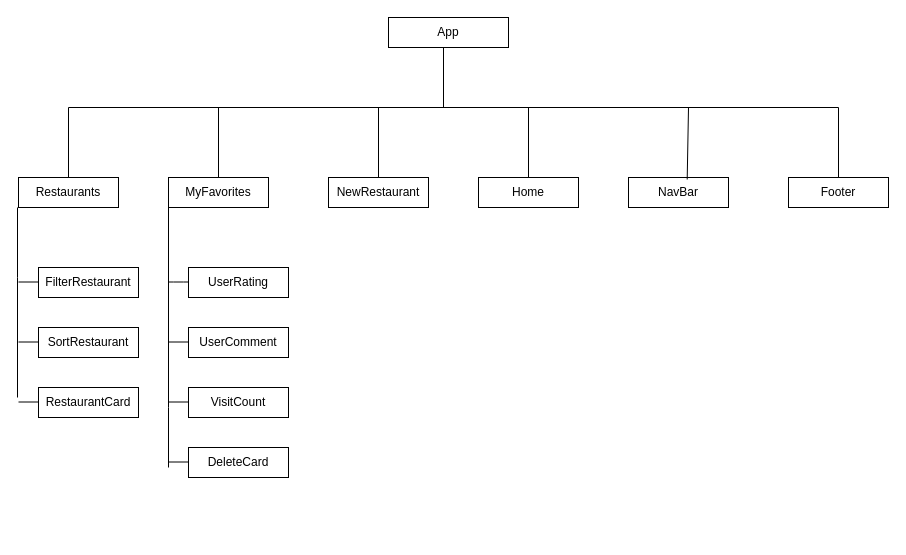
This is diagram.drawio from justcallmejay/Restaurant-Checklist, a draw.io file, before an edit. Source tidied: cells renumbered, new cells numbered last; positions are measured from the earlier drawing's top-left corner, leaving out a move shared by most shapes. Both pictures are drawn from the tidied source at 100%, with x=0, y=0 at pixel (17, 17).
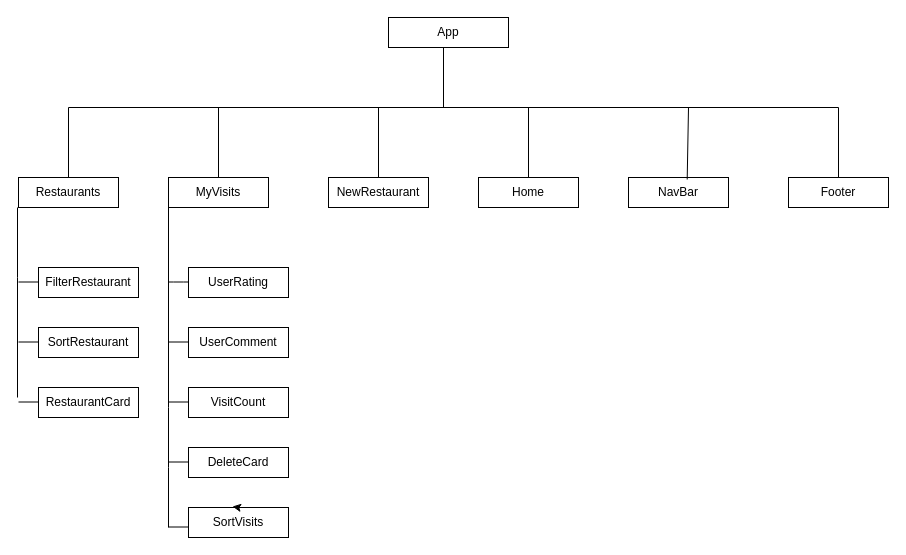
The same diagram, later.

The edit, as a diff of the source:
```diff
@@
-    <mxCell id="8" value="MyFavorites" style="rounded=0;whiteSpace=wrap;html=1;" parent="1" vertex="1">
+    <mxCell id="8" value="MyVisits" style="rounded=0;whiteSpace=wrap;html=1;" parent="1" vertex="1">
       <mxGeometry x="151" y="160" width="100" height="30" as="geometry" />
     </mxCell>
@@
+    <mxCell id="35" style="endArrow=none;html=1;" parent="1" edge="1">
+      <mxGeometry relative="1" as="geometry">
+        <mxPoint x="151" y="510" as="sourcePoint" />
+        <mxPoint x="151" y="450" as="targetPoint" />
+      </mxGeometry>
+    </mxCell>
+    <mxCell id="36" style="endArrow=none;html=1;" parent="1" edge="1">
+      <mxGeometry relative="1" as="geometry">
+        <mxPoint x="151" y="509.5" as="sourcePoint" />
+        <mxPoint x="171" y="509.5" as="targetPoint" />
+      </mxGeometry>
+    </mxCell>
+    <mxCell id="37" value="SortVisits" style="rounded=0;whiteSpace=wrap;html=1;" parent="1" vertex="1">
+      <mxGeometry x="171" y="490" width="100" height="30" as="geometry" />
+    </mxCell>
+    <mxCell id="38" style="edgeStyle=none;html=1;exitX=0.5;exitY=0;exitDx=0;exitDy=0;entryX=0.44;entryY=-0.033;entryDx=0;entryDy=0;entryPerimeter=0;" parent="1" edge="1" source="37" target="37">
+      <mxGeometry relative="1" as="geometry" />
+    </mxCell>
```
